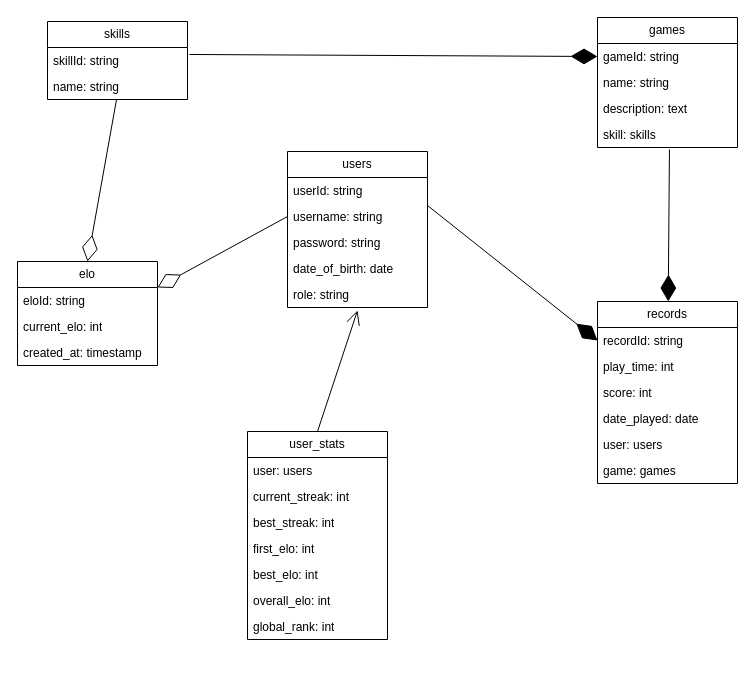
kiirzz/braintraining keeps this draw.io diagram as braintraining.drawio.xml. Above is the earlier version. Source tidied: cells renumbered, new cells numbered last; positions are measured from the earlier drawing's top-left corner, leaving out a move shared by most shapes. Both pictures are drawn from the tidied source at 100%, with x=0, y=0 at pixel (17, 17).
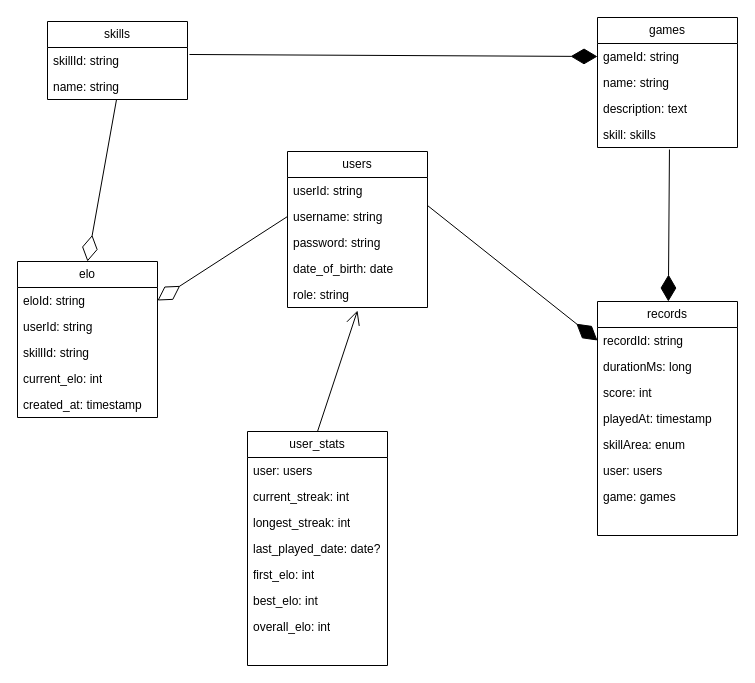
After the change.

Commit message:
docs: update diagram with enhanced entity fields

Updated entities:
- records: Replace playTime/datePlayed with durationMs/playedAt, add skillArea
- user_stats: Rename bestStreak to longestStreak, add lastPlayedDate
- elo: Add userId and skillId for per-user per-skill tracking

All entities now reflect current database schema

Change to the diagram source:
```diff
@@
     <mxCell id="16" value="records" style="swimlane;fontStyle=0;horizontal=1;startSize=26;fillColor=none;whiteSpace=wrap;html=1;" parent="1" vertex="1">
-      <mxGeometry x="580" y="284" width="140" height="182" as="geometry" />
+      <mxGeometry x="580" y="284" width="140" height="234" as="geometry" />
     </mxCell>
@@
-    <mxCell id="18" value="play_time: int" style="text;strokeColor=none;fillColor=none;align=left;verticalAlign=top;spacingLeft=4;spacingRight=4;overflow=hidden;whiteSpace=wrap;html=1;" parent="16" vertex="1">
+    <mxCell id="18" value="durationMs: long" style="text;strokeColor=none;fillColor=none;align=left;verticalAlign=top;spacingLeft=4;spacingRight=4;overflow=hidden;whiteSpace=wrap;html=1;" parent="16" vertex="1">
       <mxGeometry y="52" width="140" height="26" as="geometry" />
     </mxCell>
@@
-    <mxCell id="20" value="date_played: date" style="text;strokeColor=none;fillColor=none;align=left;verticalAlign=top;spacingLeft=4;spacingRight=4;overflow=hidden;whiteSpace=wrap;html=1;" parent="16" vertex="1">
+    <mxCell id="20" value="playedAt: timestamp" style="text;strokeColor=none;fillColor=none;align=left;verticalAlign=top;spacingLeft=4;spacingRight=4;overflow=hidden;whiteSpace=wrap;html=1;" parent="16" vertex="1">
       <mxGeometry y="104" width="140" height="26" as="geometry" />
     </mxCell>
+    <mxCell id="41" value="skillArea: enum" style="text;strokeColor=none;fillColor=none;align=left;verticalAlign=top;spacingLeft=4;spacingRight=4;overflow=hidden;whiteSpace=wrap;html=1;" parent="16" vertex="1">
+      <mxGeometry y="130" width="140" height="26" as="geometry" />
+    </mxCell>
     <mxCell id="21" value="user: users" style="text;strokeColor=none;fillColor=none;align=left;verticalAlign=top;spacingLeft=4;spacingRight=4;overflow=hidden;whiteSpace=wrap;html=1;" parent="16" vertex="1">
-      <mxGeometry y="130" width="140" height="26" as="geometry" />
+      <mxGeometry y="156" width="140" height="26" as="geometry" />
     </mxCell>
     <mxCell id="22" value="game: games" style="text;strokeColor=none;fillColor=none;align=left;verticalAlign=top;spacingLeft=4;spacingRight=4;overflow=hidden;whiteSpace=wrap;html=1;" parent="16" vertex="1">
-      <mxGeometry y="156" width="140" height="26" as="geometry" />
+      <mxGeometry y="182" width="140" height="26" as="geometry" />
     </mxCell>
     <mxCell id="23" value="user_stats" style="swimlane;fontStyle=0;horizontal=1;startSize=26;fillColor=none;whiteSpace=wrap;html=1;" parent="1" vertex="1">
-      <mxGeometry x="230" y="414" width="140" height="208" as="geometry" />
+      <mxGeometry x="230" y="414" width="140" height="234" as="geometry" />
     </mxCell>
@@
-    <mxCell id="26" value="best_streak: int" style="text;strokeColor=none;fillColor=none;align=left;verticalAlign=top;spacingLeft=4;spacingRight=4;overflow=hidden;whiteSpace=wrap;html=1;" parent="23" vertex="1">
+    <mxCell id="26" value="longest_streak: int" style="text;strokeColor=none;fillColor=none;align=left;verticalAlign=top;spacingLeft=4;spacingRight=4;overflow=hidden;whiteSpace=wrap;html=1;" parent="23" vertex="1">
       <mxGeometry y="78" width="140" height="26" as="geometry" />
     </mxCell>
+    <mxCell id="42" value="last_played_date: date?" style="text;strokeColor=none;fillColor=none;align=left;verticalAlign=top;spacingLeft=4;spacingRight=4;overflow=hidden;whiteSpace=wrap;html=1;" parent="23" vertex="1">
+      <mxGeometry y="104" width="140" height="26" as="geometry" />
+    </mxCell>
     <mxCell id="27" value="first_elo: int" style="text;strokeColor=none;fillColor=none;align=left;verticalAlign=top;spacingLeft=4;spacingRight=4;overflow=hidden;whiteSpace=wrap;html=1;" parent="23" vertex="1">
-      <mxGeometry y="104" width="140" height="26" as="geometry" />
+      <mxGeometry y="130" width="140" height="26" as="geometry" />
     </mxCell>
     <mxCell id="28" value="best_elo: int" style="text;strokeColor=none;fillColor=none;align=left;verticalAlign=top;spacingLeft=4;spacingRight=4;overflow=hidden;whiteSpace=wrap;html=1;" parent="23" vertex="1">
-      <mxGeometry y="130" width="140" height="26" as="geometry" />
+      <mxGeometry y="156" width="140" height="26" as="geometry" />
     </mxCell>
     <mxCell id="29" value="overall_elo: int" style="text;strokeColor=none;fillColor=none;align=left;verticalAlign=top;spacingLeft=4;spacingRight=4;overflow=hidden;whiteSpace=wrap;html=1;" parent="23" vertex="1">
-      <mxGeometry y="156" width="140" height="26" as="geometry" />
+      <mxGeometry y="182" width="140" height="26" as="geometry" />
     </mxCell>
-    <mxCell id="30" value="global_rank: int" style="text;strokeColor=none;fillColor=none;align=left;verticalAlign=top;spacingLeft=4;spacingRight=4;overflow=hidden;whiteSpace=wrap;html=1;" parent="23" vertex="1">
-      <mxGeometry y="182" width="140" height="26" as="geometry" />
-    </mxCell>
+    <mxCell id="35" value="elo" style="swimlane;fontStyle=0;horizontal=1;startSize=26;fillColor=none;whiteSpace=wrap;html=1;" parent="1" vertex="1">
+      <mxGeometry y="244" width="140" height="156" as="geometry" />
+    </mxCell>
+    <mxCell id="36" value="eloId: string" style="text;strokeColor=none;fillColor=none;align=left;verticalAlign=top;spacingLeft=4;spacingRight=4;overflow=hidden;whiteSpace=wrap;html=1;" parent="35" vertex="1">
+      <mxGeometry y="26" width="140" height="26" as="geometry" />
+    </mxCell>
+    <mxCell id="43" value="userId: string" style="text;strokeColor=none;fillColor=none;align=left;verticalAlign=top;spacingLeft=4;spacingRight=4;overflow=hidden;whiteSpace=wrap;html=1;" parent="35" vertex="1">
+      <mxGeometry y="52" width="140" height="26" as="geometry" />
+    </mxCell>
+    <mxCell id="44" value="skillId: string" style="text;strokeColor=none;fillColor=none;align=left;verticalAlign=top;spacingLeft=4;spacingRight=4;overflow=hidden;whiteSpace=wrap;html=1;" parent="35" vertex="1">
+      <mxGeometry y="78" width="140" height="26" as="geometry" />
+    </mxCell>
+    <mxCell id="37" value="current_elo: int" style="text;strokeColor=none;fillColor=none;align=left;verticalAlign=top;spacingLeft=4;spacingRight=4;overflow=hidden;whiteSpace=wrap;html=1;" parent="35" vertex="1">
+      <mxGeometry y="104" width="140" height="26" as="geometry" />
+    </mxCell>
+    <mxCell id="38" value="created_at: timestamp" style="text;strokeColor=none;fillColor=none;align=left;verticalAlign=top;spacingLeft=4;spacingRight=4;overflow=hidden;whiteSpace=wrap;html=1;" parent="35" vertex="1">
+      <mxGeometry y="130" width="140" height="26" as="geometry" />
+    </mxCell>
@@
-    <mxCell id="35" value="elo" style="swimlane;fontStyle=0;horizontal=1;startSize=26;fillColor=none;whiteSpace=wrap;html=1;" parent="1" vertex="1">
-      <mxGeometry y="244" width="140" height="104" as="geometry" />
-    </mxCell>
-    <mxCell id="36" value="eloId: string" style="text;strokeColor=none;fillColor=none;align=left;verticalAlign=top;spacingLeft=4;spacingRight=4;overflow=hidden;whiteSpace=wrap;html=1;" parent="35" vertex="1">
-      <mxGeometry y="26" width="140" height="26" as="geometry" />
-    </mxCell>
-    <mxCell id="37" value="current_elo: int" style="text;strokeColor=none;fillColor=none;align=left;verticalAlign=top;spacingLeft=4;spacingRight=4;overflow=hidden;whiteSpace=wrap;html=1;" parent="35" vertex="1">
-      <mxGeometry y="52" width="140" height="26" as="geometry" />
-    </mxCell>
-    <mxCell id="38" value="created_at: timestamp" style="text;strokeColor=none;fillColor=none;align=left;verticalAlign=top;spacingLeft=4;spacingRight=4;overflow=hidden;whiteSpace=wrap;html=1;" parent="35" vertex="1">
-      <mxGeometry y="78" width="140" height="26" as="geometry" />
-    </mxCell>
```
